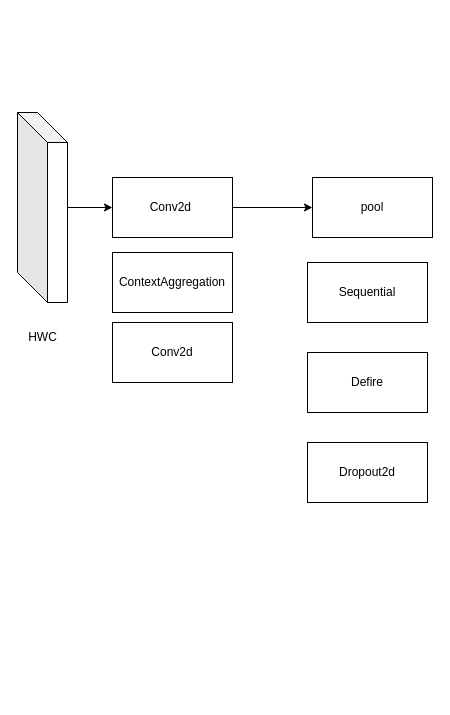
Above: 未命名绘图.drawio in LB157/PhotoLibrary (draw.io), before the change. Source tidied: cells renumbered, new cells numbered last; positions are measured from the earlier drawing's top-left corner, leaving out a move shared by most shapes. Both pictures are drawn from the tidied source at 100%, with x=0, y=0 at pixel (17, 112).
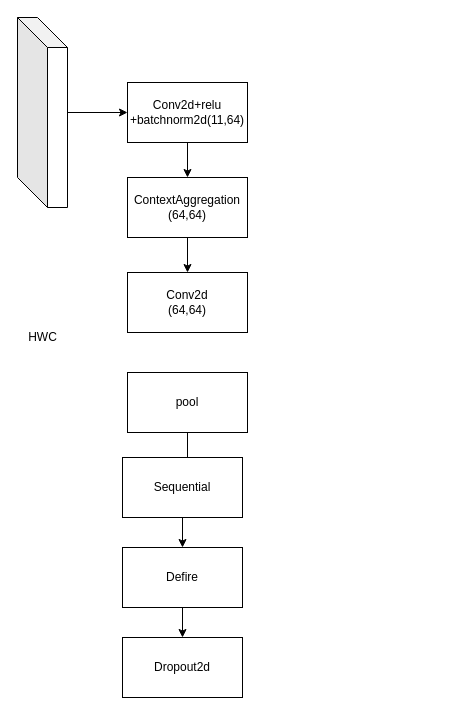
After the change.

Change to the diagram source:
```diff
@@
 <mxGraphModel>
   <root>
     <mxCell id="0" />
     <mxCell id="1" parent="0" />
     <mxCell id="2" style="edgeStyle=orthogonalEdgeStyle;rounded=0;jettySize=auto;html=1;" parent="1" edge="1" source="3" target="6">
       <mxGeometry relative="1" as="geometry" />
     </mxCell>
     <mxCell id="3" style="shape=cube;whiteSpace=wrap;html=1;boundedLbl=1;backgroundOutline=1;darkOpacity=0.05;darkOpacity2=0.1;rotation=0;size=30;" parent="1" vertex="1">
-      <mxGeometry width="50" height="190" as="geometry" />
+      <mxGeometry y="-95" width="50" height="190" as="geometry" />
     </mxCell>
     <mxCell id="4" value="HWC" style="text;html=1;align=center;verticalAlign=middle;strokeColor=none;fillColor=none;" parent="1" vertex="1">
       <mxGeometry y="210" width="50" height="30" as="geometry" />
     </mxCell>
-    <mxCell id="5" style="edgeStyle=orthogonalEdgeStyle;rounded=0;jettySize=auto;html=1;" parent="1" edge="1" source="6" target="9">
-      <mxGeometry relative="1" as="geometry" />
-    </mxCell>
+    <mxCell id="13" style="edgeStyle=orthogonalEdgeStyle;rounded=0;jettySize=auto;html=1;" parent="1" edge="1" source="6" target="7">
+      <mxGeometry relative="1" as="geometry" />
+    </mxCell>
-    <mxCell id="6" value="Conv2d&amp;nbsp;" style="whiteSpace=wrap;html=1;" parent="1" vertex="1">
-      <mxGeometry x="95" y="65" width="120" height="60" as="geometry" />
+    <mxCell id="6" value="Conv2d+relu&lt;br&gt;+batchnorm2d(11,64)" style="whiteSpace=wrap;html=1;" parent="1" vertex="1">
+      <mxGeometry x="110" y="-30" width="120" height="60" as="geometry" />
     </mxCell>
+    <mxCell id="14" style="edgeStyle=orthogonalEdgeStyle;rounded=0;jettySize=auto;html=1;" parent="1" edge="1" source="7" target="8">
+      <mxGeometry relative="1" as="geometry" />
+    </mxCell>
-    <mxCell id="7" value="ContextAggregation" style="whiteSpace=wrap;html=1;" parent="1" vertex="1">
-      <mxGeometry x="95" y="140" width="120" height="60" as="geometry" />
+    <mxCell id="7" value="ContextAggregation&lt;br&gt;(64,64)" style="whiteSpace=wrap;html=1;" parent="1" vertex="1">
+      <mxGeometry x="110" y="65" width="120" height="60" as="geometry" />
     </mxCell>
-    <mxCell id="8" value="Conv2d" style="whiteSpace=wrap;html=1;" parent="1" vertex="1">
-      <mxGeometry x="95" y="210" width="120" height="60" as="geometry" />
+    <mxCell id="8" value="Conv2d&lt;br&gt;(64,64)" style="whiteSpace=wrap;html=1;" parent="1" vertex="1">
+      <mxGeometry x="110" y="160" width="120" height="60" as="geometry" />
     </mxCell>
+    <mxCell id="15" style="edgeStyle=orthogonalEdgeStyle;rounded=0;jettySize=auto;html=1;" parent="1" edge="1" source="9" target="11">
+      <mxGeometry relative="1" as="geometry" />
+    </mxCell>
     <mxCell id="9" value="pool" style="whiteSpace=wrap;html=1;" parent="1" vertex="1">
-      <mxGeometry x="295" y="65" width="120" height="60" as="geometry" />
+      <mxGeometry x="110" y="260" width="120" height="60" as="geometry" />
     </mxCell>
     <mxCell id="10" value="Sequential" style="whiteSpace=wrap;html=1;" parent="1" vertex="1">
-      <mxGeometry x="290" y="150" width="120" height="60" as="geometry" />
+      <mxGeometry x="105" y="345" width="120" height="60" as="geometry" />
     </mxCell>
+    <mxCell id="16" style="edgeStyle=orthogonalEdgeStyle;rounded=0;jettySize=auto;html=1;" parent="1" edge="1" source="11" target="12">
+      <mxGeometry relative="1" as="geometry" />
+    </mxCell>
     <mxCell id="11" value="Defire" style="whiteSpace=wrap;html=1;" parent="1" vertex="1">
-      <mxGeometry x="290" y="240" width="120" height="60" as="geometry" />
+      <mxGeometry x="105" y="435" width="120" height="60" as="geometry" />
     </mxCell>
     <mxCell id="12" value="Dropout2d" style="whiteSpace=wrap;html=1;" parent="1" vertex="1">
-      <mxGeometry x="290" y="330" width="120" height="60" as="geometry" />
+      <mxGeometry x="105" y="525" width="120" height="60" as="geometry" />
     </mxCell>
   </root>
 </mxGraphModel>
```
